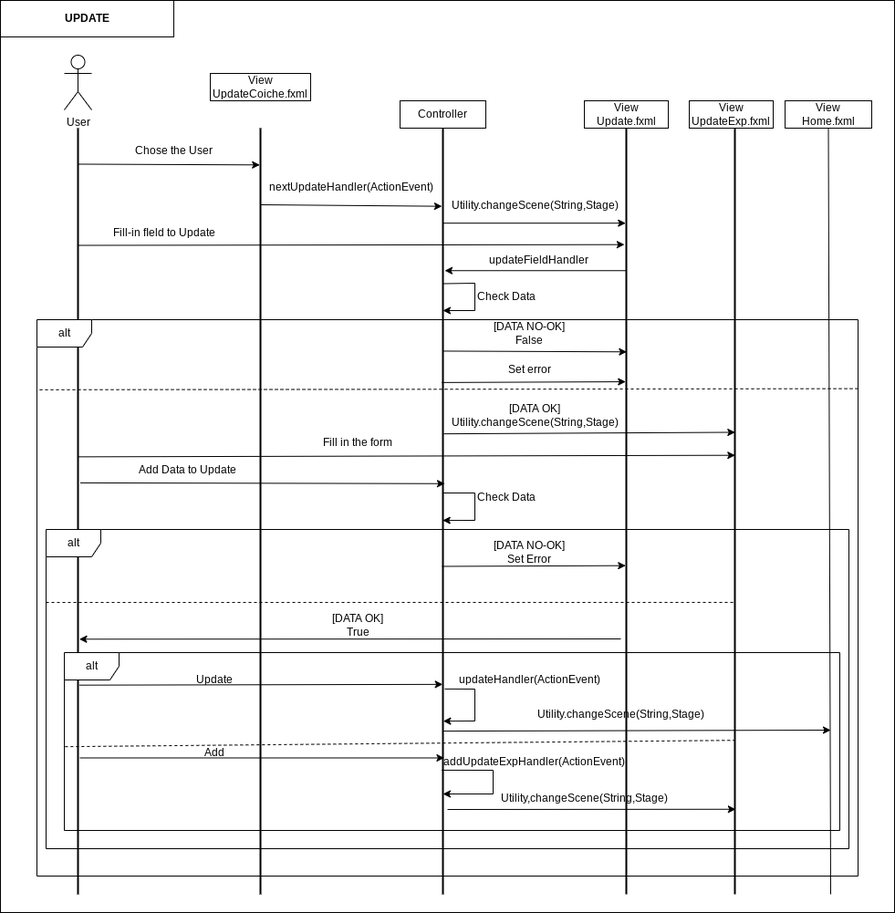
Above: doc/diagrams/sequence/Software-SequenceDiagrams/Update/Update.png in Alessio240593/SeasonalWorkApp (draw.io), before the change. Source tidied: cells renumbered, new cells last; positions are measured from the earlier drawing's top-left corner, leaving out a move shared by most shapes.
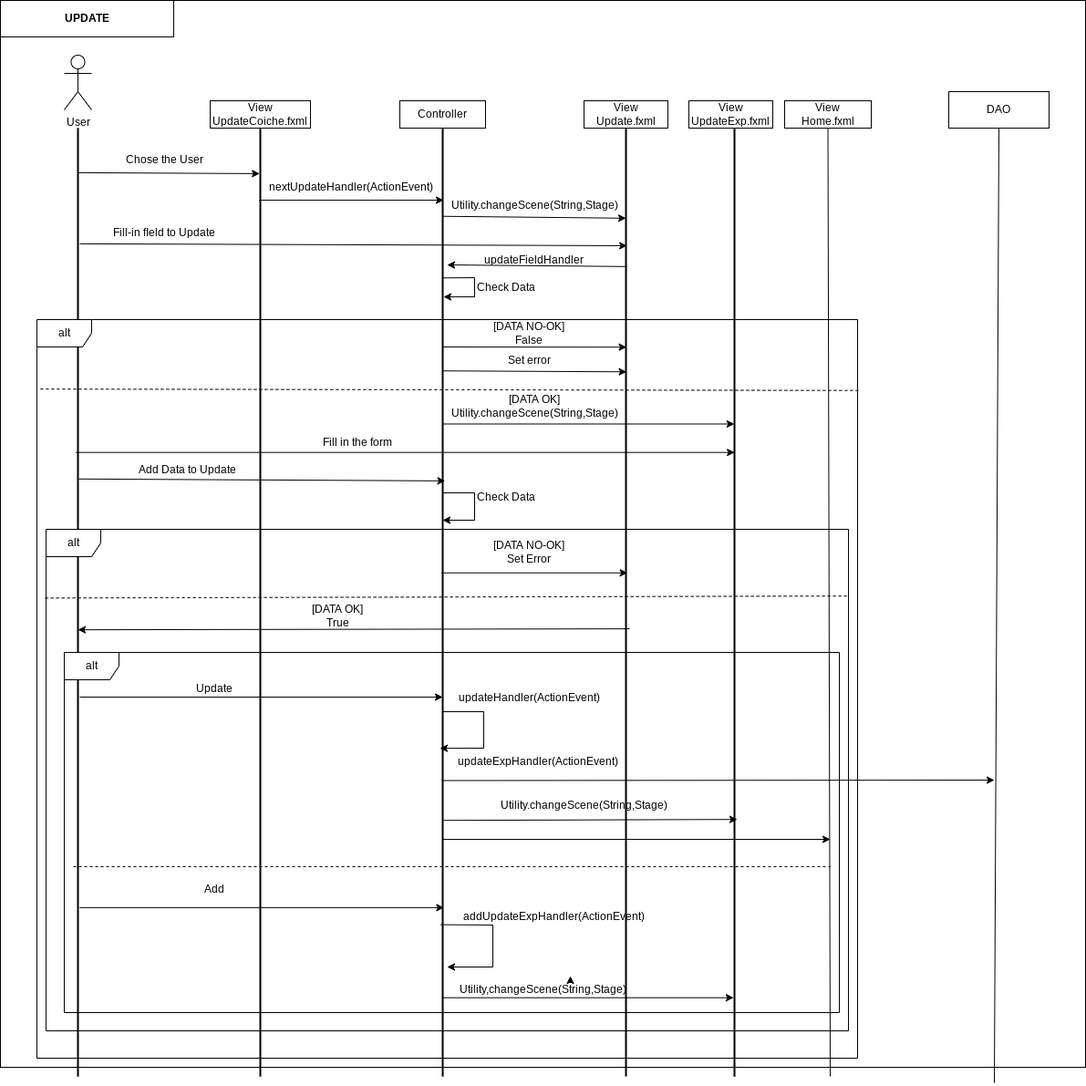
After the commit.

Change to the diagram source:
```diff
@@ -5,15 +5,15 @@
     <mxCell id="2" style="rounded=0;whiteSpace=wrap;html=1;" parent="1" vertex="1">
-      <mxGeometry width="980" height="1000" as="geometry" />
+      <mxGeometry width="1190" height="1170" as="geometry" />
     </mxCell>
     <mxCell id="3" style="line;strokeWidth=2;direction=south;html=1;" parent="1" vertex="1">
-      <mxGeometry x="80" y="140" width="10" height="840" as="geometry" />
+      <mxGeometry x="80" y="140" width="10" height="1040" as="geometry" />
     </mxCell>
     <mxCell id="4" style="line;strokeWidth=2;direction=south;html=1;" parent="1" vertex="1">
-      <mxGeometry x="280" y="140" width="10" height="840" as="geometry" />
+      <mxGeometry x="280" y="140" width="10" height="1040" as="geometry" />
     </mxCell>
     <mxCell id="5" value="View&lt;br&gt;UpdateCoiche.fxml" style="rounded=0;whiteSpace=wrap;html=1;" parent="1" vertex="1">
-      <mxGeometry x="230" y="80" width="110" height="30" as="geometry" />
+      <mxGeometry x="230" y="110" width="110" height="30" as="geometry" />
     </mxCell>
     <mxCell id="6" style="line;strokeWidth=2;direction=south;html=1;" parent="1" vertex="1">
-      <mxGeometry x="480" y="140" width="10" height="840" as="geometry" />
+      <mxGeometry x="480" y="140" width="10" height="1040" as="geometry" />
     </mxCell>
@@ -29,5 +29,5 @@
     <mxCell id="10" value="Chose the User" style="text;html=1;strokeColor=none;fillColor=none;align=center;verticalAlign=middle;whiteSpace=wrap;rounded=0;" parent="1" vertex="1">
-      <mxGeometry x="140" y="150" width="100" height="30" as="geometry" />
+      <mxGeometry x="130" y="160" width="100" height="30" as="geometry" />
     </mxCell>
-    <mxCell id="11" style="endArrow=classic;html=1;rounded=0;entryX=0.102;entryY=0.61;entryDx=0;entryDy=0;entryPerimeter=0;exitX=0.1;exitY=0.5;exitDx=0;exitDy=0;exitPerimeter=0;" parent="1" edge="1" source="4" target="6">
+    <mxCell id="11" style="endArrow=classic;html=1;rounded=0;entryX=0.076;entryY=0.4;entryDx=0;entryDy=0;entryPerimeter=0;exitX=0.076;exitY=0.641;exitDx=0;exitDy=0;exitPerimeter=0;" parent="1" edge="1" source="4" target="6">
       <mxGeometry relative="1" as="geometry" />
@@ -41,5 +41,5 @@
     <mxCell id="14" style="line;strokeWidth=2;direction=south;html=1;" parent="1" vertex="1">
-      <mxGeometry x="681" y="140" width="10" height="840" as="geometry" />
+      <mxGeometry x="681" y="140" width="10" height="1040" as="geometry" />
     </mxCell>
-    <mxCell id="15" style="endArrow=classic;html=1;rounded=0;startArrow=none;exitX=0.291;exitY=0.529;exitDx=0;exitDy=0;exitPerimeter=0;entryX=0.292;entryY=0.457;entryDx=0;entryDy=0;entryPerimeter=0;" parent="1" edge="1" source="6" target="14">
+    <mxCell id="15" style="endArrow=classic;html=1;rounded=0;startArrow=none;exitX=0;exitY=1;exitDx=0;exitDy=0;entryX=0.231;entryY=0.443;entryDx=0;entryDy=0;entryPerimeter=0;" parent="1" edge="1" source="16" target="14">
       <mxGeometry relative="1" as="geometry" />
@@ -49,3 +49,3 @@
     </mxCell>
-    <mxCell id="17" style="endArrow=classic;html=1;rounded=0;exitX=0.399;exitY=0.414;exitDx=0;exitDy=0;exitPerimeter=0;entryX=0.397;entryY=0.471;entryDx=0;entryDy=0;entryPerimeter=0;" parent="1" edge="1" source="6" target="35">
+    <mxCell id="17" style="endArrow=classic;html=1;rounded=0;exitX=0.312;exitY=0.514;exitDx=0;exitDy=0;exitPerimeter=0;entryX=0.312;entryY=0.514;entryDx=0;entryDy=0;entryPerimeter=0;" parent="1" edge="1" source="6" target="35">
       <mxGeometry relative="1" as="geometry" />
@@ -53,19 +53,16 @@
     <mxCell id="18" value="[DATA OK]&lt;br&gt;Utility.changeScene(String,Stage)" style="text;html=1;strokeColor=none;fillColor=none;align=center;verticalAlign=middle;whiteSpace=wrap;rounded=0;shadow=0;" parent="1" vertex="1">
-      <mxGeometry x="540" y="440" width="92" height="30" as="geometry" />
+      <mxGeometry x="540" y="430" width="92" height="30" as="geometry" />
     </mxCell>
     <mxCell id="19" value="Set error" style="text;html=1;strokeColor=none;fillColor=none;align=center;verticalAlign=middle;whiteSpace=wrap;rounded=0;shadow=0;" parent="1" vertex="1">
-      <mxGeometry x="550" y="390" width="60" height="30" as="geometry" />
+      <mxGeometry x="550" y="380" width="60" height="30" as="geometry" />
     </mxCell>
-    <mxCell id="20" style="endArrow=none;dashed=1;html=1;rounded=0;entryX=0;entryY=0.126;entryDx=0;entryDy=0;entryPerimeter=0;exitX=1;exitY=0.124;exitDx=0;exitDy=0;exitPerimeter=0;" parent="1" edge="1" source="60" target="60">
+    <mxCell id="20" style="endArrow=none;dashed=1;html=1;rounded=0;entryX=0.001;entryY=0.094;entryDx=0;entryDy=0;entryPerimeter=0;exitX=1.001;exitY=0.096;exitDx=0;exitDy=0;exitPerimeter=0;" parent="1" edge="1" source="60" target="60">
       <mxGeometry relative="1" as="geometry" />
     </mxCell>
-    <mxCell id="21" style="endArrow=classic;html=1;rounded=0;exitX=0.124;exitY=0.479;exitDx=0;exitDy=0;exitPerimeter=0;entryX=0.124;entryY=0.571;entryDx=0;entryDy=0;entryPerimeter=0;" parent="1" edge="1" source="6" target="14">
+    <mxCell id="21" style="endArrow=classic;html=1;rounded=0;exitX=0.093;exitY=0.524;exitDx=0;exitDy=0;exitPerimeter=0;entryX=0.095;entryY=0.5;entryDx=0;entryDy=0;entryPerimeter=0;" parent="1" edge="1" source="6" target="14">
       <mxGeometry relative="1" as="geometry" />
     </mxCell>
-    <mxCell id="22" style="endArrow=classic;html=1;rounded=0;exitX=0.332;exitY=0.643;exitDx=0;exitDy=0;exitPerimeter=0;entryX=0.331;entryY=0.571;entryDx=0;entryDy=0;entryPerimeter=0;" parent="1" edge="1" source="6" target="14">
+    <mxCell id="22" style="endArrow=classic;html=1;rounded=0;exitX=0.256;exitY=0.571;exitDx=0;exitDy=0;exitPerimeter=0;entryX=0.257;entryY=0.443;entryDx=0;entryDy=0;entryPerimeter=0;" parent="1" edge="1" source="6" target="14">
       <mxGeometry relative="1" as="geometry" />
     </mxCell>
-    <mxCell id="23" style="endArrow=classic;html=1;rounded=0;entryX=0.427;entryY=0.471;entryDx=0;entryDy=0;entryPerimeter=0;exitX=0.429;exitY=0.451;exitDx=0;exitDy=0;exitPerimeter=0;" parent="1" edge="1" source="3" target="35">
-      <mxGeometry relative="1" as="geometry" />
-    </mxCell>
     <mxCell id="24" value="Fill in the form" style="text;html=1;strokeColor=none;fillColor=none;align=center;verticalAlign=middle;whiteSpace=wrap;rounded=0;" parent="1" vertex="1">
@@ -76,8 +73,5 @@
     </mxCell>
-    <mxCell id="26" style="endArrow=classic;html=1;rounded=0;exitX=0.463;exitY=0.243;exitDx=0;exitDy=0;exitPerimeter=0;entryX=0.464;entryY=0.3;entryDx=0;entryDy=0;entryPerimeter=0;" parent="1" edge="1" source="3" target="6">
+    <mxCell id="26" style="endArrow=classic;html=1;rounded=0;exitX=0.37;exitY=0.4;exitDx=0;exitDy=0;exitPerimeter=0;entryX=0.372;entryY=0.233;entryDx=0;entryDy=0;entryPerimeter=0;" parent="1" edge="1" source="3" target="6">
       <mxGeometry relative="1" as="geometry" />
     </mxCell>
-    <mxCell id="27" style="endArrow=classic;html=1;rounded=0;exitX=0.572;exitY=0.586;exitDx=0;exitDy=0;exitPerimeter=0;entryX=0.571;entryY=0.571;entryDx=0;entryDy=0;entryPerimeter=0;" parent="1" edge="1" source="6" target="14">
-      <mxGeometry relative="1" as="geometry" />
-    </mxCell>
     <mxCell id="28" value="[DATA NO-OK]&lt;br&gt;Set Error" style="text;html=1;strokeColor=none;fillColor=none;align=center;verticalAlign=middle;whiteSpace=wrap;rounded=0;" parent="1" vertex="1">
@@ -85,19 +79,18 @@
     </mxCell>
-    <mxCell id="29" style="endArrow=none;dashed=1;html=1;rounded=0;entryX=0.619;entryY=0.548;entryDx=0;entryDy=0;entryPerimeter=0;" parent="1" edge="1" target="35">
-      <mxGeometry relative="1" as="geometry">
-        <mxPoint x="50" y="660" as="sourcePoint" />
-      </mxGeometry>
+    <mxCell id="29" style="endArrow=none;dashed=1;html=1;rounded=0;entryX=1.001;entryY=0.133;entryDx=0;entryDy=0;entryPerimeter=0;exitX=-0.001;exitY=0.137;exitDx=0;exitDy=0;exitPerimeter=0;" parent="1" edge="1" source="59" target="59">
+      <mxGeometry relative="1" as="geometry" />
     </mxCell>
-    <mxCell id="30" style="endArrow=classic;html=1;rounded=0;entryX=0.667;entryY=0.357;entryDx=0;entryDy=0;entryPerimeter=0;" parent="1" edge="1" target="3">
-      <mxGeometry relative="1" as="geometry">
-        <mxPoint x="680" y="700" as="sourcePoint" />
-      </mxGeometry>
+    <mxCell id="30" style="endArrow=classic;html=1;rounded=0;entryX=0.529;entryY=0.5;entryDx=0;entryDy=0;entryPerimeter=0;exitX=0.528;exitY=0.1;exitDx=0;exitDy=0;exitPerimeter=0;" parent="1" edge="1" source="14" target="3">
+      <mxGeometry relative="1" as="geometry" />
     </mxCell>
     <mxCell id="31" value="[DATA OK]&lt;br&gt;True" style="text;html=1;strokeColor=none;fillColor=none;align=center;verticalAlign=middle;whiteSpace=wrap;rounded=0;" parent="1" vertex="1">
-      <mxGeometry x="361.5" y="670" width="60" height="30" as="geometry" />
+      <mxGeometry x="340" y="660" width="60" height="30" as="geometry" />
     </mxCell>
-    <mxCell id="32" style="endArrow=none;dashed=1;html=1;rounded=0;exitX=0.001;exitY=0.529;exitDx=0;exitDy=0;exitPerimeter=0;entryX=0.799;entryY=0.529;entryDx=0;entryDy=0;entryPerimeter=0;" parent="1" edge="1" source="58" target="35">
-      <mxGeometry relative="1" as="geometry" />
+    <mxCell id="32" style="endArrow=none;dashed=1;html=1;rounded=0;" parent="1" edge="1">
+      <mxGeometry relative="1" as="geometry">
+        <mxPoint x="80" y="950" as="sourcePoint" />
+        <mxPoint x="910" y="950" as="targetPoint" />
+      </mxGeometry>
     </mxCell>
-    <mxCell id="33" style="endArrow=classic;html=1;rounded=0;exitX=0.727;exitY=0.357;exitDx=0;exitDy=0;exitPerimeter=0;entryX=0.726;entryY=0.529;entryDx=0;entryDy=0;entryPerimeter=0;" parent="1" edge="1" source="3" target="6">
+    <mxCell id="33" style="endArrow=classic;html=1;rounded=0;exitX=0.6;exitY=0.3;exitDx=0;exitDy=0;exitPerimeter=0;entryX=0.6;entryY=0.5;entryDx=0;entryDy=0;entryPerimeter=0;" parent="1" edge="1" source="3" target="6">
       <mxGeometry relative="1" as="geometry" />
@@ -105,6 +98,6 @@
     <mxCell id="34" value="Update" style="text;html=1;strokeColor=none;fillColor=none;align=center;verticalAlign=middle;whiteSpace=wrap;rounded=0;" parent="1" vertex="1">
-      <mxGeometry x="190" y="730" width="90" height="30" as="geometry" />
+      <mxGeometry x="190" y="740" width="90" height="30" as="geometry" />
     </mxCell>
     <mxCell id="35" style="line;strokeWidth=2;direction=south;html=1;" parent="1" vertex="1">
-      <mxGeometry x="800" y="140" width="10" height="840" as="geometry" />
+      <mxGeometry x="800" y="140" width="10" height="1040" as="geometry" />
     </mxCell>
@@ -113,5 +106,5 @@
     </mxCell>
-    <mxCell id="37" style="endArrow=classic;html=1;rounded=0;exitX=0.787;exitY=0.471;exitDx=0;exitDy=0;exitPerimeter=0;" parent="1" edge="1" source="6">
+    <mxCell id="37" style="endArrow=classic;html=1;rounded=0;exitX=0.75;exitY=0.5;exitDx=0;exitDy=0;exitPerimeter=0;" parent="1" edge="1" source="6">
       <mxGeometry relative="1" as="geometry">
-        <mxPoint x="910" y="800" as="targetPoint" />
+        <mxPoint x="910" y="920" as="targetPoint" />
       </mxGeometry>
@@ -122,10 +115,10 @@
     <mxCell id="39" value="Add" style="text;html=1;strokeColor=none;fillColor=none;align=center;verticalAlign=middle;whiteSpace=wrap;rounded=0;" parent="1" vertex="1">
-      <mxGeometry x="205" y="810" width="60" height="30" as="geometry" />
+      <mxGeometry x="205" y="960" width="60" height="30" as="geometry" />
     </mxCell>
-    <mxCell id="40" style="endArrow=classic;html=1;rounded=0;exitX=0.838;exitY=0.643;exitDx=0;exitDy=0;exitPerimeter=0;" parent="1" edge="1" source="6">
+    <mxCell id="40" style="endArrow=classic;html=1;rounded=0;exitX=0.84;exitY=0.7;exitDx=0;exitDy=0;exitPerimeter=0;" parent="1" edge="1" source="6">
       <mxGeometry relative="1" as="geometry">
-        <mxPoint x="485" y="870" as="targetPoint" />
+        <mxPoint x="490" y="1060" as="targetPoint" />
         <Array as="points">
-          <mxPoint x="540" y="844" />
-          <mxPoint x="540" y="870" />
+          <mxPoint x="540" y="1014" />
+          <mxPoint x="540" y="1060" />
         </Array>
@@ -134,9 +127,10 @@
     <mxCell id="41" value="addUpdateExpHandler(ActionEvent)" style="text;html=1;strokeColor=none;fillColor=none;align=center;verticalAlign=middle;whiteSpace=wrap;rounded=0;" parent="1" vertex="1">
-      <mxGeometry x="560" y="820" width="50" height="30" as="geometry" />
+      <mxGeometry x="582" y="990" width="50" height="30" as="geometry" />
     </mxCell>
-    <mxCell id="42" style="endArrow=classic;html=1;rounded=0;exitX=0.732;exitY=0.3;exitDx=0;exitDy=0;exitPerimeter=0;entryX=0.774;entryY=0.471;entryDx=0;entryDy=0;entryPerimeter=0;" parent="1" edge="1" source="6" target="6">
+    <mxCell id="42" style="endArrow=classic;html=1;rounded=0;entryX=0.654;entryY=0.8;entryDx=0;entryDy=0;entryPerimeter=0;" parent="1" edge="1" target="6">
       <mxGeometry relative="1" as="geometry">
+        <mxPoint x="485" y="780" as="sourcePoint" />
         <Array as="points">
-          <mxPoint x="520" y="755" />
-          <mxPoint x="520" y="790" />
+          <mxPoint x="530" y="780" />
+          <mxPoint x="530" y="820" />
         </Array>
@@ -145,14 +139,12 @@
     <mxCell id="43" value="updateHandler(ActionEvent)" style="text;html=1;strokeColor=none;fillColor=none;align=center;verticalAlign=middle;whiteSpace=wrap;rounded=0;" parent="1" vertex="1">
-      <mxGeometry x="550" y="730" width="60" height="30" as="geometry" />
+      <mxGeometry x="550" y="750" width="60" height="30" as="geometry" />
     </mxCell>
     <mxCell id="44" value="&lt;br&gt;Utility.changeScene(String,Stage)" style="text;html=1;strokeColor=none;fillColor=none;align=center;verticalAlign=middle;whiteSpace=wrap;rounded=0;shadow=0;" parent="1" vertex="1">
-      <mxGeometry x="650" y="760" width="61" height="30" as="geometry" />
+      <mxGeometry x="610" y="860" width="61" height="30" as="geometry" />
     </mxCell>
-    <mxCell id="45" style="endArrow=classic;html=1;rounded=0;entryX=0.889;entryY=0.414;entryDx=0;entryDy=0;entryPerimeter=0;" parent="1" edge="1" target="35">
-      <mxGeometry relative="1" as="geometry">
-        <mxPoint x="490" y="887" as="sourcePoint" />
-      </mxGeometry>
+    <mxCell id="45" style="endArrow=classic;html=1;rounded=0;entryX=0.729;entryY=0.2;entryDx=0;entryDy=0;entryPerimeter=0;exitX=0.73;exitY=0.4;exitDx=0;exitDy=0;exitPerimeter=0;" parent="1" edge="1" source="6" target="35">
+      <mxGeometry relative="1" as="geometry" />
     </mxCell>
     <mxCell id="46" value="Utility,changeScene(String,Stage)" style="text;html=1;strokeColor=none;fillColor=none;align=center;verticalAlign=middle;whiteSpace=wrap;rounded=0;" parent="1" vertex="1">
-      <mxGeometry x="610" y="860" width="60" height="30" as="geometry" />
+      <mxGeometry x="565" y="1070" width="60" height="30" as="geometry" />
     </mxCell>
@@ -161,3 +153,3 @@
     </mxCell>
-    <mxCell id="48" style="endArrow=classic;html=1;rounded=0;exitX=0.153;exitY=0.557;exitDx=0;exitDy=0;exitPerimeter=0;entryX=0.152;entryY=0.705;entryDx=0;entryDy=0;entryPerimeter=0;" parent="1" edge="1" source="3" target="14">
+    <mxCell id="48" style="endArrow=classic;html=1;rounded=0;exitX=0.122;exitY=0.286;exitDx=0;exitDy=0;exitPerimeter=0;entryX=0.124;entryY=0.388;entryDx=0;entryDy=0;entryPerimeter=0;" parent="1" edge="1" source="3" target="14">
       <mxGeometry relative="1" as="geometry" />
@@ -167,14 +159,15 @@
     </mxCell>
-    <mxCell id="50" style="endArrow=classic;html=1;rounded=0;exitX=0.186;exitY=0.467;exitDx=0;exitDy=0;exitPerimeter=0;entryX=0.186;entryY=0.3;entryDx=0;entryDy=0;entryPerimeter=0;" parent="1" edge="1" source="14" target="6">
-      <mxGeometry relative="1" as="geometry" />
+    <mxCell id="50" style="endArrow=classic;html=1;rounded=0;exitX=0.146;exitY=0.386;exitDx=0;exitDy=0;exitPerimeter=0;" parent="1" edge="1" source="14">
+      <mxGeometry relative="1" as="geometry">
+        <mxPoint x="490" y="290" as="targetPoint" />
+      </mxGeometry>
     </mxCell>
     <mxCell id="51" value="updateFieldHandler" style="text;html=1;strokeColor=none;fillColor=none;align=center;verticalAlign=middle;whiteSpace=wrap;rounded=0;" parent="1" vertex="1">
-      <mxGeometry x="560" y="270" width="60" height="30" as="geometry" />
+      <mxGeometry x="555" y="270" width="60" height="30" as="geometry" />
     </mxCell>
-    <mxCell id="52" style="endArrow=classic;html=1;rounded=0;exitX=0.203;exitY=0.471;exitDx=0;exitDy=0;exitPerimeter=0;" parent="1" edge="1" source="6">
+    <mxCell id="52" style="endArrow=classic;html=1;rounded=0;exitX=0.158;exitY=0.571;exitDx=0;exitDy=0;exitPerimeter=0;entryX=0.178;entryY=0.4;entryDx=0;entryDy=0;entryPerimeter=0;" parent="1" edge="1" source="6" target="6">
       <mxGeometry relative="1" as="geometry">
-        <mxPoint x="485" y="340" as="targetPoint" />
         <Array as="points">
-          <mxPoint x="520" y="310" />
-          <mxPoint x="520" y="340" />
+          <mxPoint x="520" y="304" />
+          <mxPoint x="520" y="325" />
         </Array>
@@ -183,7 +176,8 @@
     <mxCell id="53" value="Check Data" style="text;html=1;strokeColor=none;fillColor=none;align=center;verticalAlign=middle;whiteSpace=wrap;rounded=0;" parent="1" vertex="1">
-      <mxGeometry x="520" y="310" width="70" height="30" as="geometry" />
+      <mxGeometry x="520" y="300" width="70" height="30" as="geometry" />
     </mxCell>
-    <mxCell id="54" style="endArrow=classic;html=1;rounded=0;entryX=0.512;entryY=0.529;entryDx=0;entryDy=0;entryPerimeter=0;" parent="1" edge="1" target="6">
+    <mxCell id="54" style="endArrow=classic;html=1;rounded=0;" parent="1" edge="1">
       <mxGeometry relative="1" as="geometry">
         <mxPoint x="485" y="540" as="sourcePoint" />
+        <mxPoint x="485" y="570" as="targetPoint" />
         <Array as="points">
@@ -202,17 +196,45 @@
       <mxGeometry relative="1" as="geometry">
-        <mxPoint x="910" y="980" as="sourcePoint" />
+        <mxPoint x="910" y="1180" as="sourcePoint" />
       </mxGeometry>
     </mxCell>
+    <mxCell id="61" value="&lt;b&gt;UPDATE&lt;/b&gt;" style="rounded=0;whiteSpace=wrap;html=1;" parent="1" vertex="1">
+      <mxGeometry width="190" height="40" as="geometry" />
+    </mxCell>
+    <mxCell id="62" value="DAO" style="rounded=0;whiteSpace=wrap;html=1;" parent="1" vertex="1">
+      <mxGeometry x="1040" y="100" width="110" height="40" as="geometry" />
+    </mxCell>
+    <mxCell id="63" style="endArrow=none;html=1;rounded=0;entryX=0.5;entryY=1;entryDx=0;entryDy=0;" parent="1" edge="1" target="62">
+      <mxGeometry relative="1" as="geometry">
+        <mxPoint x="1090" y="1187.1" as="sourcePoint" />
+      </mxGeometry>
+    </mxCell>
+    <mxCell id="23" style="endArrow=classic;html=1;rounded=0;exitX=0.342;exitY=0.733;exitDx=0;exitDy=0;exitPerimeter=0;entryX=0.342;entryY=0.483;entryDx=0;entryDy=0;entryPerimeter=0;" parent="1" edge="1" source="3" target="35">
+      <mxGeometry relative="1" as="geometry" />
+    </mxCell>
+    <mxCell id="27" style="endArrow=classic;html=1;rounded=0;exitX=0.469;exitY=0.65;exitDx=0;exitDy=0;exitPerimeter=0;entryX=0.469;entryY=0.333;entryDx=0;entryDy=0;entryPerimeter=0;" parent="1" edge="1" source="6" target="14">
+      <mxGeometry relative="1" as="geometry" />
+    </mxCell>
+    <mxCell id="64" style="endArrow=classic;html=1;rounded=0;exitX=0.688;exitY=0.6;exitDx=0;exitDy=0;exitPerimeter=0;" parent="1" edge="1" source="6">
+      <mxGeometry relative="1" as="geometry">
+        <mxPoint x="1090" y="855" as="targetPoint" />
+      </mxGeometry>
+    </mxCell>
+    <mxCell id="65" value="updateExpHandler(ActionEvent)" style="text;html=1;strokeColor=none;fillColor=none;align=center;verticalAlign=middle;whiteSpace=wrap;rounded=0;" parent="1" vertex="1">
+      <mxGeometry x="560" y="820" width="60" height="30" as="geometry" />
+    </mxCell>
+    <mxCell id="66" style="endArrow=classic;html=1;rounded=0;exitX=0.917;exitY=0.6;exitDx=0;exitDy=0;exitPerimeter=0;entryX=0.917;entryY=0.6;entryDx=0;entryDy=0;entryPerimeter=0;" parent="1" edge="1" source="6" target="35">
+      <mxGeometry relative="1" as="geometry" />
+    </mxCell>
+    <mxCell id="67" style="edgeStyle=orthogonalEdgeStyle;rounded=0;orthogonalLoop=1;jettySize=auto;html=1;exitX=1;exitY=0.25;exitDx=0;exitDy=0;entryX=1;entryY=0;entryDx=0;entryDy=0;" parent="1" edge="1" source="46" target="46">
+      <mxGeometry relative="1" as="geometry" />
+    </mxCell>
     <mxCell id="58" value="alt" style="shape=umlFrame;whiteSpace=wrap;html=1;" parent="1" vertex="1">
-      <mxGeometry x="70" y="715" width="850" height="195" as="geometry" />
+      <mxGeometry x="70" y="715" width="850" height="395" as="geometry" />
     </mxCell>
     <mxCell id="59" value="alt" style="shape=umlFrame;whiteSpace=wrap;html=1;" parent="1" vertex="1">
-      <mxGeometry x="50" y="580" width="880" height="350" as="geometry" />
+      <mxGeometry x="50" y="580" width="880" height="550" as="geometry" />
     </mxCell>
     <mxCell id="60" value="alt" style="shape=umlFrame;whiteSpace=wrap;html=1;shadow=0;" parent="1" vertex="1">
-      <mxGeometry x="40" y="350" width="900" height="610" as="geometry" />
+      <mxGeometry x="40" y="350" width="900" height="810" as="geometry" />
     </mxCell>
-    <mxCell id="61" value="&lt;b&gt;UPDATE&lt;/b&gt;" style="rounded=0;whiteSpace=wrap;html=1;" parent="1" vertex="1">
-      <mxGeometry width="190" height="40" as="geometry" />
-    </mxCell>
   </root>
```
